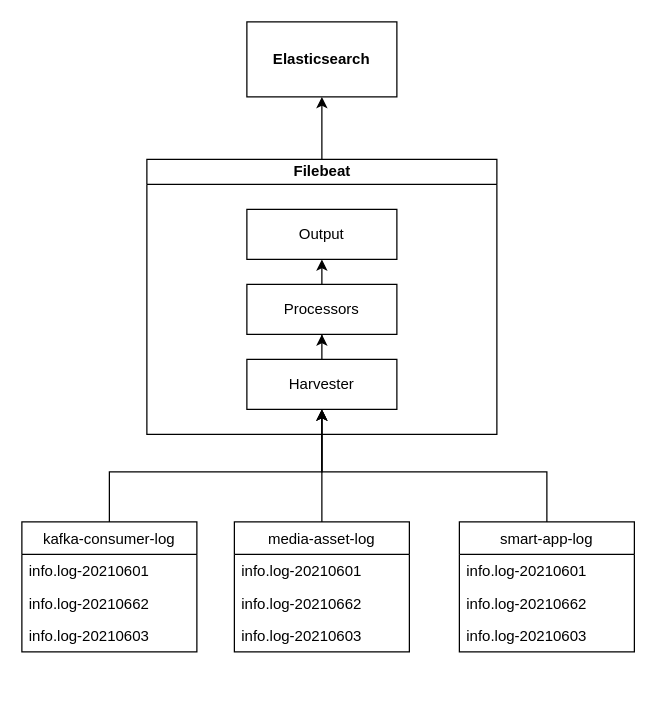
Carlisle345748/cloudimg keeps this draw.io diagram as Untitled Diagram.drawio. Above is the earlier version. Source tidied: cells renumbered, new cells numbered last; positions are measured from the earlier drawing's top-left corner, leaving out a move shared by most shapes. Both pictures are drawn from the tidied source at 125%, with x=0, y=0 at pixel (21, 21).
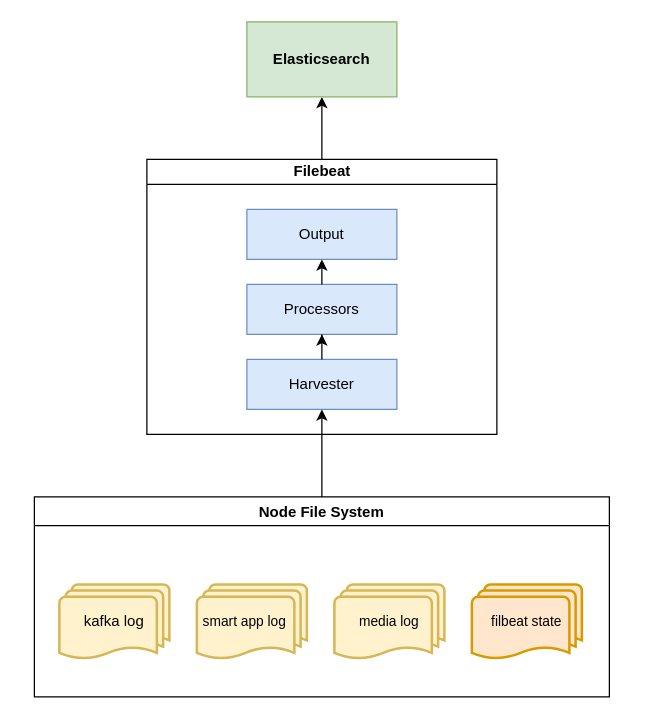
After the change.

The change refers to these unchanged cells:
```xml
<mxCell id="18" value="Filebeat" style="swimlane;html=1;startSize=20;horizontal=1;containerType=tree;newEdgeStyle={&quot;edgeStyle&quot;:&quot;elbowEdgeStyle&quot;,&quot;startArrow&quot;:&quot;none&quot;,&quot;endArrow&quot;:&quot;none&quot;};" parent="1" vertex="1">
  <mxGeometry x="100" y="110" width="280" height="220" as="geometry" />
</mxCell>
```

Diff of the diagram source:
```diff
@@
-    <mxCell id="2" style="edgeStyle=orthogonalEdgeStyle;rounded=0;jettySize=auto;html=1;entryX=0.5;entryY=1;entryDx=0;entryDy=0;" parent="1" edge="1" source="3" target="20">
-      <mxGeometry relative="1" as="geometry">
-        <Array as="points">
-          <mxPoint x="70" y="360" />
-          <mxPoint x="240" y="360" />
-        </Array>
-      </mxGeometry>
-    </mxCell>
-    <mxCell id="3" value="kafka-consumer-log" style="swimlane;fontStyle=0;horizontal=1;startSize=26;" parent="1" vertex="1">
-      <mxGeometry y="400" width="140" height="104" as="geometry" />
-    </mxCell>
-    <mxCell id="4" value="info.log-20210601" style="text;strokeColor=none;fillColor=none;align=left;verticalAlign=top;spacingLeft=4;spacingRight=4;overflow=hidden;" parent="3" vertex="1">
-      <mxGeometry y="26" width="140" height="26" as="geometry" />
-    </mxCell>
-    <mxCell id="5" value="info.log-20210662" style="text;strokeColor=none;fillColor=none;align=left;verticalAlign=top;spacingLeft=4;spacingRight=4;overflow=hidden;" parent="3" vertex="1">
-      <mxGeometry y="52" width="140" height="26" as="geometry" />
-    </mxCell>
-    <mxCell id="6" value="info.log-20210603" style="text;strokeColor=none;fillColor=none;align=left;verticalAlign=top;spacingLeft=4;spacingRight=4;overflow=hidden;" parent="3" vertex="1">
-      <mxGeometry y="78" width="140" height="26" as="geometry" />
-    </mxCell>
-    <mxCell id="7" style="edgeStyle=orthogonalEdgeStyle;rounded=0;jettySize=auto;html=1;exitX=0.5;exitY=0;exitDx=0;exitDy=0;entryX=0.5;entryY=1;entryDx=0;entryDy=0;" parent="1" edge="1" source="8" target="20">
-      <mxGeometry relative="1" as="geometry" />
-    </mxCell>
-    <mxCell id="8" value="media-asset-log" style="swimlane;fontStyle=0;horizontal=1;startSize=26;" parent="1" vertex="1">
-      <mxGeometry x="170" y="400" width="140" height="104" as="geometry" />
-    </mxCell>
-    <mxCell id="9" value="info.log-20210601" style="text;strokeColor=none;fillColor=none;align=left;verticalAlign=top;spacingLeft=4;spacingRight=4;overflow=hidden;" parent="8" vertex="1">
-      <mxGeometry y="26" width="140" height="26" as="geometry" />
-    </mxCell>
-    <mxCell id="10" value="info.log-20210662" style="text;strokeColor=none;fillColor=none;align=left;verticalAlign=top;spacingLeft=4;spacingRight=4;overflow=hidden;" parent="8" vertex="1">
-      <mxGeometry y="52" width="140" height="26" as="geometry" />
-    </mxCell>
-    <mxCell id="11" value="info.log-20210603" style="text;strokeColor=none;fillColor=none;align=left;verticalAlign=top;spacingLeft=4;spacingRight=4;overflow=hidden;" parent="8" vertex="1">
-      <mxGeometry y="78" width="140" height="26" as="geometry" />
-    </mxCell>
-    <mxCell id="12" style="edgeStyle=orthogonalEdgeStyle;rounded=0;jettySize=auto;html=1;entryX=0.5;entryY=1;entryDx=0;entryDy=0;" parent="1" edge="1" source="13" target="20">
-      <mxGeometry relative="1" as="geometry">
-        <Array as="points">
-          <mxPoint x="420" y="360" />
-          <mxPoint x="240" y="360" />
-        </Array>
-      </mxGeometry>
-    </mxCell>
-    <mxCell id="13" value="smart-app-log" style="swimlane;fontStyle=0;horizontal=1;startSize=26;" parent="1" vertex="1">
-      <mxGeometry x="350" y="400" width="140" height="104" as="geometry" />
-    </mxCell>
-    <mxCell id="14" value="info.log-20210601" style="text;strokeColor=none;fillColor=none;align=left;verticalAlign=top;spacingLeft=4;spacingRight=4;overflow=hidden;" parent="13" vertex="1">
-      <mxGeometry y="26" width="140" height="26" as="geometry" />
-    </mxCell>
-    <mxCell id="15" value="info.log-20210662" style="text;strokeColor=none;fillColor=none;align=left;verticalAlign=top;spacingLeft=4;spacingRight=4;overflow=hidden;" parent="13" vertex="1">
-      <mxGeometry y="52" width="140" height="26" as="geometry" />
-    </mxCell>
-    <mxCell id="16" value="info.log-20210603" style="text;strokeColor=none;fillColor=none;align=left;verticalAlign=top;spacingLeft=4;spacingRight=4;overflow=hidden;" parent="13" vertex="1">
-      <mxGeometry y="78" width="140" height="26" as="geometry" />
-    </mxCell>
@@
-    <mxCell id="19" value="Output" style="whiteSpace=wrap;html=1;align=center;newEdgeStyle={&quot;edgeStyle&quot;:&quot;elbowEdgeStyle&quot;,&quot;startArrow&quot;:&quot;none&quot;,&quot;endArrow&quot;:&quot;none&quot;};" parent="18" vertex="1">
+    <mxCell id="19" value="Output" style="whiteSpace=wrap;html=1;align=center;newEdgeStyle={&quot;edgeStyle&quot;:&quot;elbowEdgeStyle&quot;,&quot;startArrow&quot;:&quot;none&quot;,&quot;endArrow&quot;:&quot;none&quot;};fillColor=#dae8fc;strokeColor=#6c8ebf;" parent="18" vertex="1">
       <mxGeometry x="80" y="40" width="120" height="40" as="geometry" />
     </mxCell>
-    <mxCell id="20" value="Harvester" style="whiteSpace=wrap;html=1;align=center;newEdgeStyle={&quot;edgeStyle&quot;:&quot;elbowEdgeStyle&quot;,&quot;startArrow&quot;:&quot;none&quot;,&quot;endArrow&quot;:&quot;none&quot;};" parent="18" vertex="1">
+    <mxCell id="20" value="Harvester" style="whiteSpace=wrap;html=1;align=center;newEdgeStyle={&quot;edgeStyle&quot;:&quot;elbowEdgeStyle&quot;,&quot;startArrow&quot;:&quot;none&quot;,&quot;endArrow&quot;:&quot;none&quot;};fillColor=#dae8fc;strokeColor=#6c8ebf;" parent="18" vertex="1">
       <mxGeometry x="80" y="160" width="120" height="40" as="geometry" />
     </mxCell>
-    <mxCell id="21" value="Processors" style="whiteSpace=wrap;html=1;align=center;newEdgeStyle={&quot;edgeStyle&quot;:&quot;elbowEdgeStyle&quot;,&quot;startArrow&quot;:&quot;none&quot;,&quot;endArrow&quot;:&quot;none&quot;};" parent="18" vertex="1">
+    <mxCell id="21" value="Processors" style="whiteSpace=wrap;html=1;align=center;newEdgeStyle={&quot;edgeStyle&quot;:&quot;elbowEdgeStyle&quot;,&quot;startArrow&quot;:&quot;none&quot;,&quot;endArrow&quot;:&quot;none&quot;};fillColor=#dae8fc;strokeColor=#6c8ebf;" parent="18" vertex="1">
       <mxGeometry x="80" y="100" width="120" height="40" as="geometry" />
     </mxCell>
@@
-    <mxCell id="24" value="&lt;b&gt;Elasticsearch&lt;/b&gt;" style="rounded=0;whiteSpace=wrap;html=1;" parent="1" vertex="1">
+    <mxCell id="24" value="&lt;b&gt;Elasticsearch&lt;/b&gt;" style="rounded=0;whiteSpace=wrap;html=1;fillColor=#d5e8d4;strokeColor=#82b366;" parent="1" vertex="1">
       <mxGeometry x="180" width="120" height="60" as="geometry" />
     </mxCell>
+    <mxCell id="25" style="edgeStyle=orthogonalEdgeStyle;rounded=0;jettySize=auto;html=1;entryX=0.5;entryY=1;entryDx=0;entryDy=0;" parent="1" edge="1" source="26" target="20">
+      <mxGeometry relative="1" as="geometry" />
+    </mxCell>
+    <mxCell id="26" value="Node File System" style="swimlane;" parent="1" vertex="1">
+      <mxGeometry x="10" y="380" width="460" height="160" as="geometry" />
+    </mxCell>
+    <mxCell id="27" value="kafka log" style="strokeWidth=2;html=1;shape=mxgraph.flowchart.multi-document;whiteSpace=wrap;align=center;fillColor=#fff2cc;strokeColor=#d6b656;" parent="26" vertex="1">
+      <mxGeometry x="20" y="70" width="88" height="60" as="geometry" />
+    </mxCell>
+    <mxCell id="28" value="&lt;font style=&quot;font-size: 11px&quot;&gt;&amp;nbsp;smart app log&lt;/font&gt;" style="strokeWidth=2;html=1;shape=mxgraph.flowchart.multi-document;whiteSpace=wrap;align=left;fillColor=#fff2cc;strokeColor=#d6b656;" parent="26" vertex="1">
+      <mxGeometry x="130" y="70" width="88" height="60" as="geometry" />
+    </mxCell>
+    <mxCell id="29" value="&lt;span style=&quot;font-size: 11px&quot;&gt;media log&lt;/span&gt;" style="strokeWidth=2;html=1;shape=mxgraph.flowchart.multi-document;whiteSpace=wrap;align=center;fillColor=#fff2cc;strokeColor=#d6b656;" parent="26" vertex="1">
+      <mxGeometry x="240" y="70" width="88" height="60" as="geometry" />
+    </mxCell>
+    <mxCell id="30" value="&lt;span style=&quot;font-size: 11px&quot;&gt;filbeat state&lt;/span&gt;" style="strokeWidth=2;html=1;shape=mxgraph.flowchart.multi-document;whiteSpace=wrap;align=center;fillColor=#ffe6cc;strokeColor=#d79b00;" parent="26" vertex="1">
+      <mxGeometry x="350" y="70" width="88" height="60" as="geometry" />
+    </mxCell>
```
